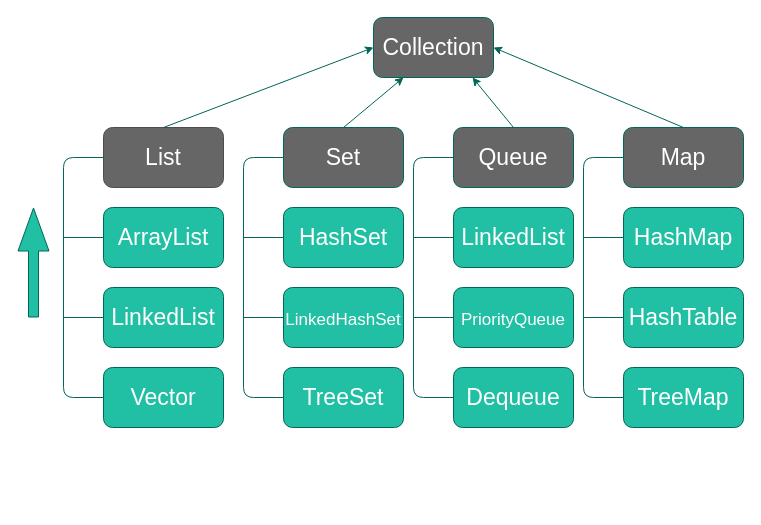
Above: InterfaceCollection.drawio in p000059/Diagrams (draw.io), before the change. Source tidied: cells renumbered, new cells numbered last; positions are measured from the earlier drawing's top-left corner, leaving out a move shared by most shapes. Both pictures are drawn from the tidied source at 100%, with x=0, y=0 at pixel (33, 17).
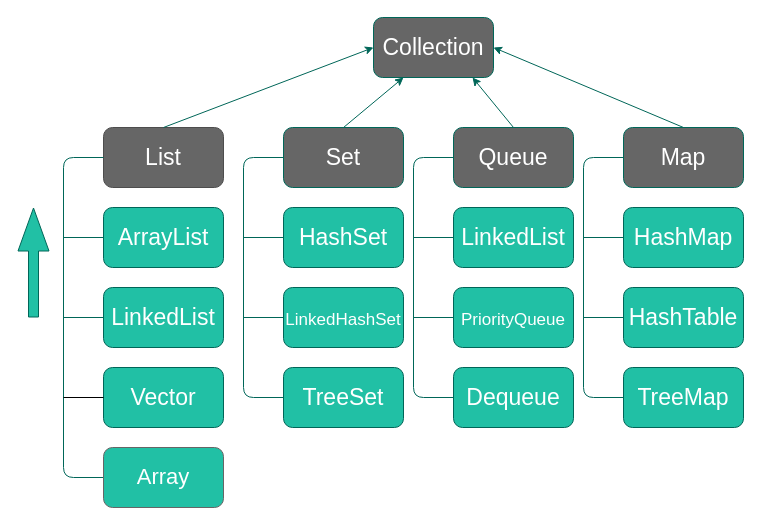
The same diagram, later.

Unchanged cells that the change refers to:
```xml
<mxCell id="13" value="&lt;font color=&quot;#ffffff&quot;&gt;Vector&lt;/font&gt;" style="rounded=1;whiteSpace=wrap;html=1;fontSize=23;fillColor=#21C0A5;strokeColor=#006658;fontColor=#5C5C5C;" parent="1" vertex="1">
  <mxGeometry x="70" y="350" width="120" height="60" as="geometry" />
</mxCell>
```

Diff of the diagram source:
```diff
@@
-    <mxCell id="14" style="edgeStyle=orthogonalEdgeStyle;startArrow=none;endArrow=none;rounded=1;targetPortConstraint=eastwest;sourcePortConstraint=northsouth;fontSize=23;strokeColor=#006658;fontColor=#5C5C5C;" parent="1" edge="1" target="13">
+    <mxCell id="14" style="edgeStyle=orthogonalEdgeStyle;startArrow=none;endArrow=none;rounded=1;targetPortConstraint=eastwest;sourcePortConstraint=northsouth;fontSize=23;strokeColor=#006658;fontColor=#5C5C5C;entryX=0;entryY=0.5;entryDx=0;entryDy=0;" parent="1" edge="1" target="36">
       <mxGeometry relative="1" as="geometry">
         <mxPoint x="70" y="140" as="sourcePoint" />
         <Array as="points">
           <mxPoint x="30" y="140" />
-          <mxPoint x="30" y="380" />
+          <mxPoint x="30" y="460" />
         </Array>
       </mxGeometry>
     </mxCell>
@@
+    <mxCell id="36" value="&lt;font color=&quot;#ffffff&quot; style=&quot;font-size: 22px;&quot;&gt;Array&lt;/font&gt;" style="rounded=1;whiteSpace=wrap;html=1;fillColor=#21C0A5;strokeColor=#666666;" parent="1" vertex="1">
+      <mxGeometry x="70" y="430" width="120" height="60" as="geometry" />
+    </mxCell>
+    <mxCell id="37" style="endArrow=none;html=1;rounded=0;fontSize=22;fontColor=#FFFFFF;entryX=0;entryY=0.5;entryDx=0;entryDy=0;" parent="1" edge="1" target="13">
+      <mxGeometry relative="1" as="geometry">
+        <mxPoint x="30" y="380" as="sourcePoint" />
+      </mxGeometry>
+    </mxCell>
```
